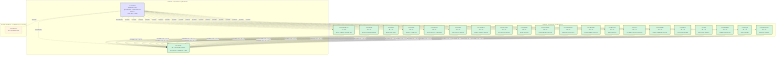
CivicSuite/civicsuite keeps this Mermaid diagram as docs/diagrams/suite-architecture.png. Above is the earlier version. Its source is kept beside it as docs/diagrams/suite-architecture.mmd.
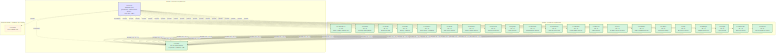
The same diagram one commit later.

Commit message:
docs: update CivicUtility v0.1.0 compatibility state (#33)

Diff of the diagram source:
```diff
@@ -24,9 +24,10 @@
         Budget["civicbudget<br/>v0.1.0<br/>budget narratives"]
         Legal["civiclegal<br/>v0.1.0<br/>legal records"]
         Elections["civicelections<br/>v0.1.0<br/>election support"]
+        Utility["civicutility<br/>v0.1.0<br/>utility customer service"]
     end
     subgraph FUTURE["Future modules - planned, not started"]
-        Utility["civicutility<br/>next planned lane"]
+        Court["civiccourt<br/>next planned lane"]
     end
     SuiteRepo -.documents.-> Core
     SuiteRepo -.documents.-> Records
@@ -50,6 +51,7 @@
     SuiteRepo -.governs.-> Legal
     SuiteRepo -.governs.-> Elections
     SuiteRepo -.governs.-> Utility
+    SuiteRepo -.governs.-> Court
     Records -->|"depends on ==0.2.0"| Core
     Clerk -->|"depends on ==0.2.0"| Core
     Code -->|"depends on ==0.2.0"| Core
@@ -70,6 +72,7 @@
     Budget -->|"depends on ==0.2.0"| Core
     Legal -->|"depends on ==0.2.0"| Core
     Elections -->|"depends on ==0.2.0"| Core
+    Utility -->|"depends on ==0.2.0"| Core
     classDef shipping fill:#d4f4dd,stroke:#3a7a4a,stroke-width:2px,color:#000
     classDef governance fill:#e1e1ff,stroke:#5a5aa0,stroke-width:2px,color:#000
     classDef future fill:#fff4e1,stroke:#a08040,stroke-width:1px,stroke-dasharray:5 5,color:#000
@@ -96,4 +99,5 @@
     class Budget shipping
     class Legal shipping
     class Elections shipping
-    class Utility future
+    class Utility shipping
+    class Court future
```
